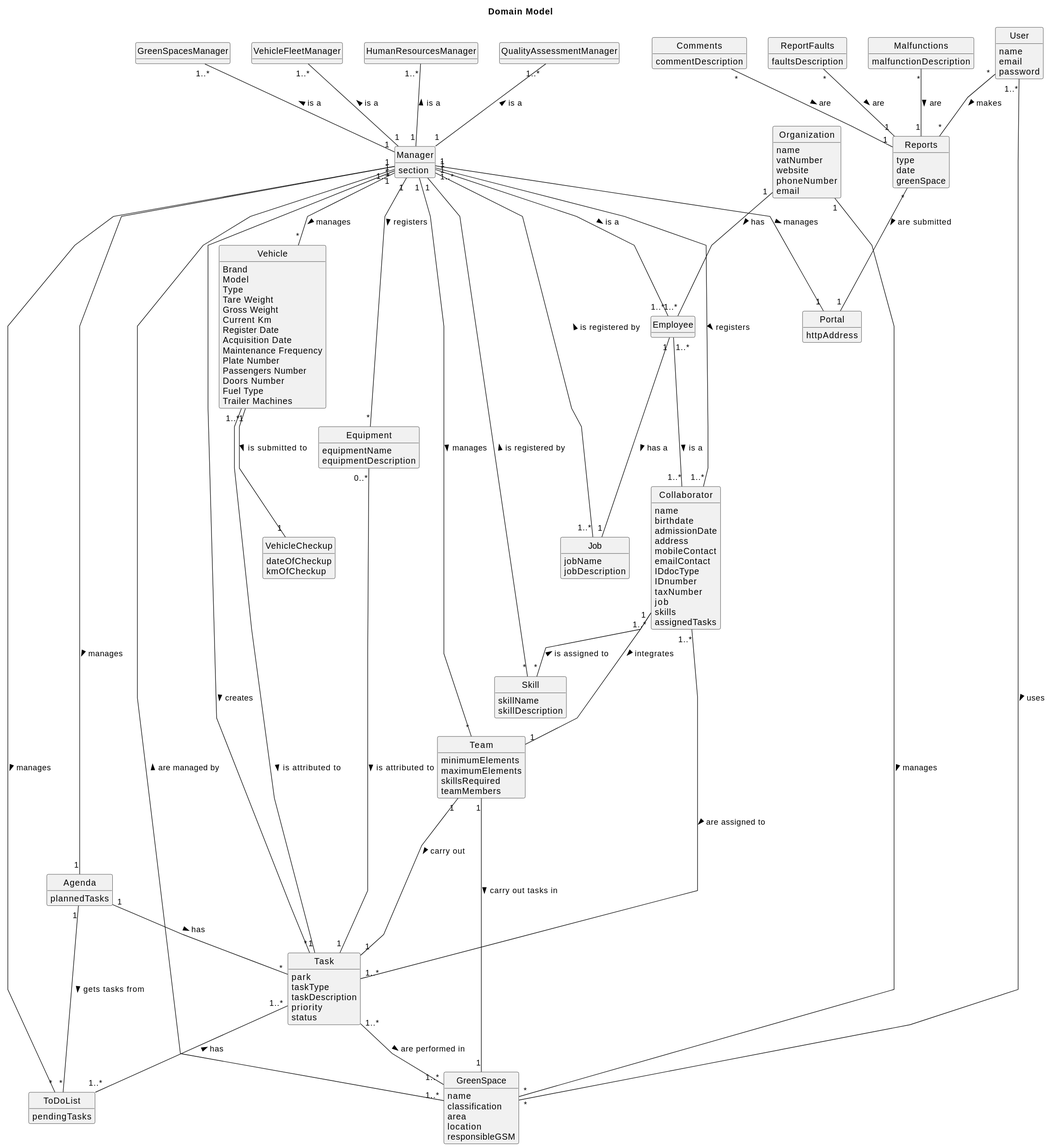
The PlantUML diagram docs/sprintC/global-artifacts/02.analysis/svg/project-domain-model.svg in Paulo-Pereira-at-ISEP/lei-24-s2-1nanb-g321, before a commit. The source it was exported from:
```plantuml
@startuml
skinparam packageStyle rectangle
skinparam shadowing false
skinparam linetype polyline
skinparam classAttributeIconSize 0
hide circle
hide methods

title Domain Model

class Organization {
    name
    vatNumber
    website
    phoneNumber
    email
}

class Employee {

}

class Collaborator {
    name
    birthdate
    admissionDate
    address
    mobileContact
    emailContact
    IDdocType
    IDnumber
    taxNumber
    job
    skills
    assignedTasks

}

class Manager {
    section
}

class HumanResourcesManager {

}

class VehicleFleetManager {

}

class GreenSpacesManager {

}

class QualityAssessmentManager {

}

class Skill {
    skillName
    skillDescription
}

class Job {
    jobName
    jobDescription
}

class Vehicle {
    Brand
    Model
    Type
    Tare Weight
    Gross Weight
    Current Km
    Register Date
    Acquisition Date
    Maintenance Frequency
    Plate Number
    Passengers Number
    Doors Number
    Fuel Type
    Trailer Machines
}

class VehicleCheckup{
    dateOfCheckup
    kmOfCheckup
}

class Equipment {
    equipmentName
    equipmentDescription
}

class Agenda {
    plannedTasks
}


class Task {
    park
    taskType
    taskDescription
    priority
    status

}

class ToDoList{
    pendingTasks
}

class Team {
    minimumElements
    maximumElements
    skillsRequired
    teamMembers
}

class GreenSpace {
    name
    classification
    area
    location
    responsibleGSM
}

class Portal {
    httpAddress
}

class User {
    name
    email
    password
}

class Reports {
    type
    date
    greenSpace

}

class Comments {
    commentDescription
}

class ReportFaults {
    faultsDescription
}

class Malfunctions {
    malfunctionDescription
}



Manager "1..*" -- "1..*" Employee: is a >
Manager "1" -- "1" Portal: manages >
Manager "1" --up "1..*" Job:  is registered by <
Manager "1" -- "*" Skill: is registered by <
Manager "1" -- "1..*" Collaborator: registers >
Manager "1" -- "1" Agenda: manages >
Manager "1" -- "*" ToDoList: manages >
Manager "1" -- "*" Equipment: registers >
Manager "1" -- "*" Vehicle: manages >
Manager "1" -- "*" Task: creates >
Manager "1" -- "*" Team: manages >
Manager "1" --up "1..*" HumanResourcesManager: is a >
Manager "1" --up "1..*" VehicleFleetManager: is a >
Manager "1" --up "1..*" GreenSpacesManager: is a >
Manager "1" --up "1..*" QualityAssessmentManager: is a >

Agenda "1" -- "*" ToDoList: gets tasks from >


User "1..*" -- "*" GreenSpace: uses >
User "*" -- "*" Reports: makes >

Comments "*" -- "1" Reports: are >
ReportFaults "*" -- "1" Reports: are >
Malfunctions "*" -- "1" Reports: are >

Team "1" -- "1" GreenSpace: carry out tasks in >
Team "1" -- "1" Task: carry out >


Organization "1" -- "*" GreenSpace: manages >
Organization "1" -- "1..*" Employee : has >


Employee "1..*" -- "1..*" Collaborator: is a >
Employee "1" -- "1" Job: has a >

Collaborator "1" -- "*" Skill: is assigned to <
Collaborator "1..*" -- "1" Team: integrates >



Vehicle "1..*" -- "1" Task: is attributed to >
Vehicle "1" -- "1" VehicleCheckup: is submitted to >
Equipment "0..*" -- "1" Task: is attributed to >

Agenda "1" -- "*" Task: has >


Task "1..*" -- "1..*" GreenSpace: are performed in >
Task "1..*" ----- "1..*" Collaborator: are assigned to <
Task "1..*" -- "1..*" ToDoList: has <

GreenSpace "1..*" -- "1..*" Manager: are managed by >


Reports "*" -- "1" Portal: are submitted >
@enduml
```
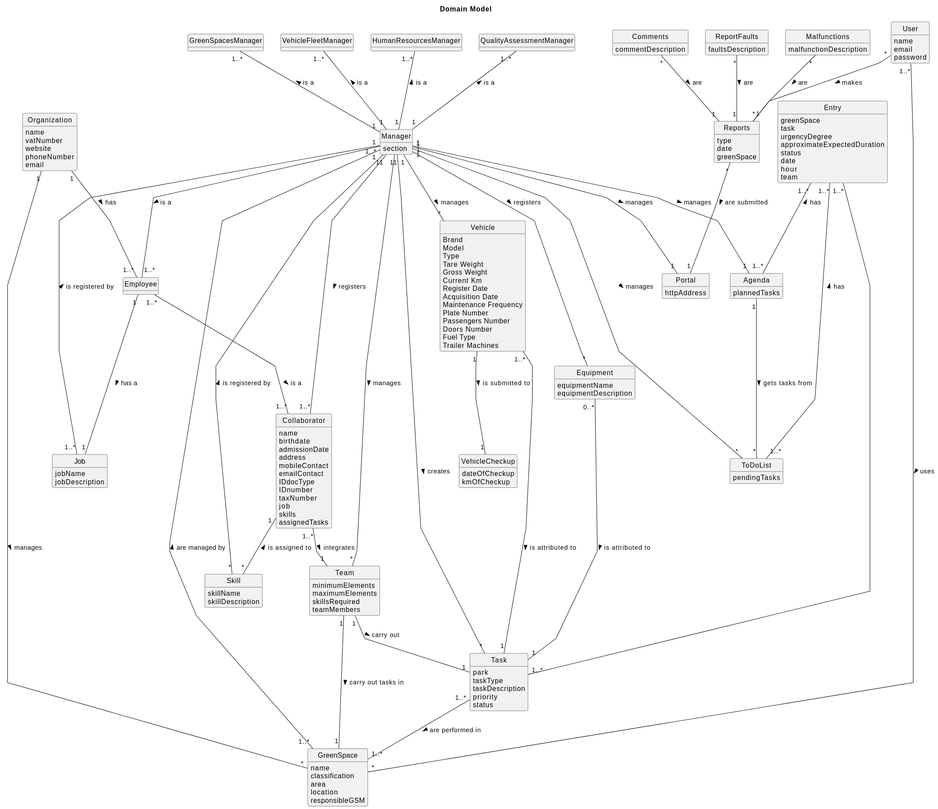
Later version of the same file.

Commit message:
Domain model svg update

Change to the diagram source:
```diff
@@ -107,6 +107,17 @@
 
 }
 
+class Entry{
+    greenSpace
+    task
+    urgencyDegree
+    approximateExpectedDuration
+    status
+    date
+    hour
+    team
+}
+
 class ToDoList{
     pendingTasks
 }
@@ -155,8 +166,6 @@
     malfunctionDescription
 }
 
-
-
 Manager "1..*" -- "1..*" Employee: is a >
 Manager "1" -- "1" Portal: manages >
 Manager "1" --up "1..*" Job:  is registered by <
@@ -175,7 +184,6 @@
 
 Agenda "1" -- "*" ToDoList: gets tasks from >
 
-
 User "1..*" -- "*" GreenSpace: uses >
 User "*" -- "*" Reports: makes >
 
@@ -186,10 +194,8 @@
 Team "1" -- "1" GreenSpace: carry out tasks in >
 Team "1" -- "1" Task: carry out >
 
-
 Organization "1" -- "*" GreenSpace: manages >
 Organization "1" -- "1..*" Employee : has >
-
 
 Employee "1..*" -- "1..*" Collaborator: is a >
 Employee "1" -- "1" Job: has a >
@@ -197,21 +203,18 @@
 Collaborator "1" -- "*" Skill: is assigned to <
 Collaborator "1..*" -- "1" Team: integrates >
 
-
-
 Vehicle "1..*" -- "1" Task: is attributed to >
 Vehicle "1" -- "1" VehicleCheckup: is submitted to >
+
 Equipment "0..*" -- "1" Task: is attributed to >
 
-Agenda "1" -- "*" Task: has >
+Task "1..*" -- "1..*" GreenSpace: are performed in >
 
+Entry "1..*" -- "1..*" Task
+Entry "1..*" -- "1..*" ToDoList : has <
+Entry "1..*" -- "1..*" Agenda : has <
 
-Task "1..*" -- "1..*" GreenSpace: are performed in >
-Task "1..*" ----- "1..*" Collaborator: are assigned to <
-Task "1..*" -- "1..*" ToDoList: has <
-
-GreenSpace "1..*" -- "1..*" Manager: are managed by >
-
+GreenSpace "1..*" -- "1" Manager: are managed by >
 
 Reports "*" -- "1" Portal: are submitted >
 @enduml
```
